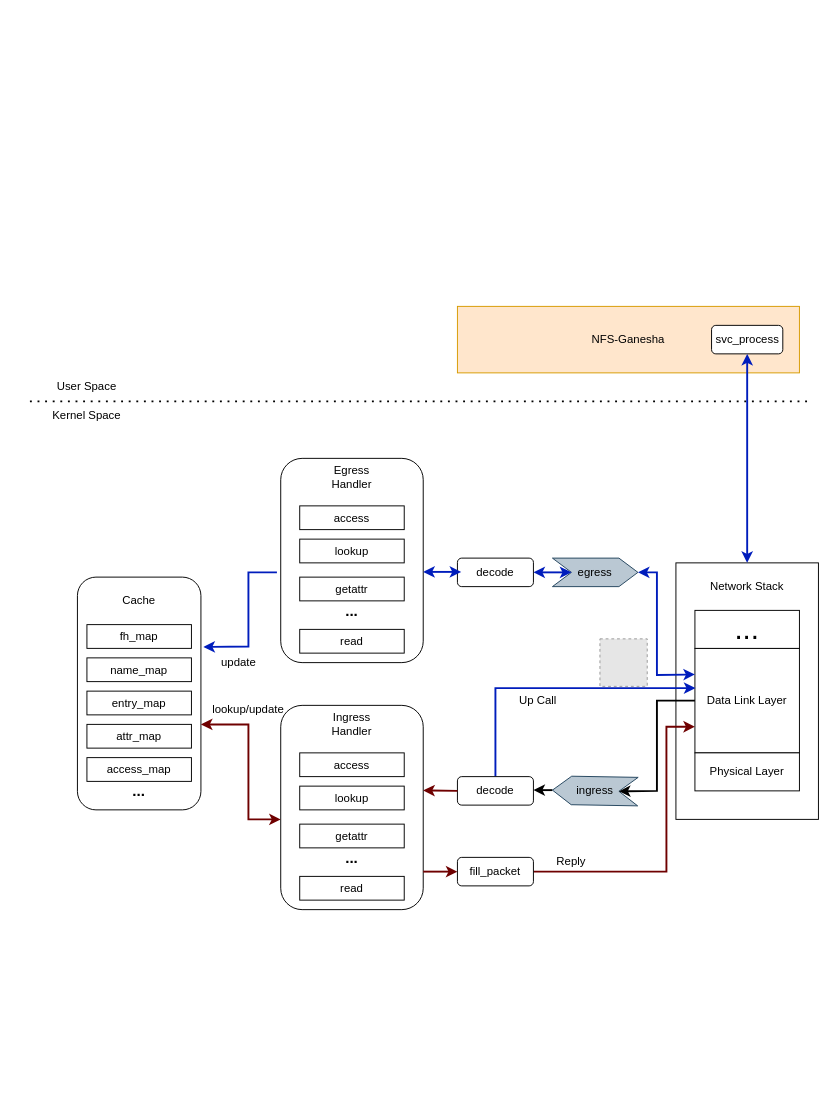
Above: 决赛项目框架.drawio in Kakoyi945/cloud (draw.io), before the change. Source tidied: cells renumbered, new cells numbered last; positions are measured from the earlier drawing's top-left corner, leaving out a move shared by most shapes. Both pictures are drawn from the tidied source at 95%, with x=0, y=0 at pixel (29, 306). Pictures stored in the file or linked from it are replaced by grey dashed boxes.
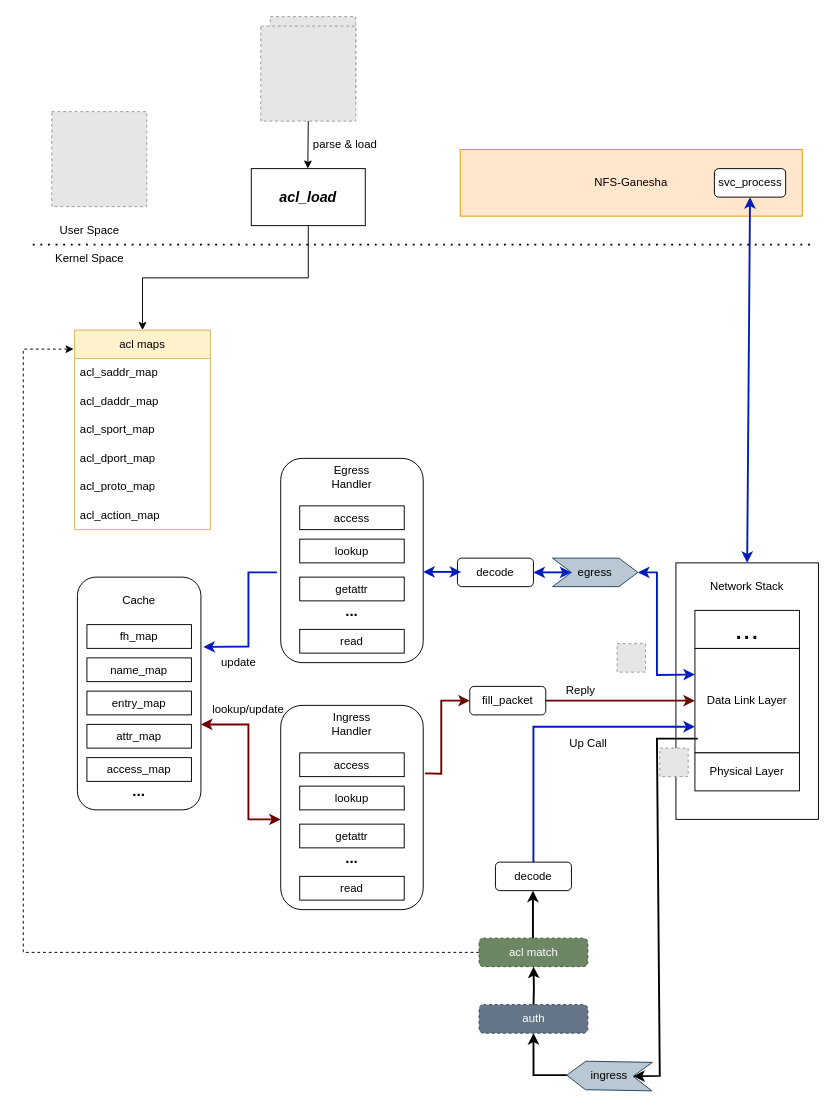
Above is the later version.

Commit message (it also covers changes not shown here):
更新决赛项目框架.drawio

Unchanged cells that the change refers to:
```xml
<mxCell id="7" value="Data Link Layer" style="rounded=0;whiteSpace=wrap;html=1;" parent="1" vertex="1">
  <mxGeometry x="700" y="360" width="110" height="110" as="geometry" />
</mxCell>
<mxCell id="18" style="rounded=1;whiteSpace=wrap;html=1;" parent="1" vertex="1">
  <mxGeometry x="264" y="420" width="150" height="215" as="geometry" />
</mxCell>
```

Diff of the diagram source:
```diff
@@
     <mxCell id="3" style="endArrow=none;dashed=1;html=1;dashPattern=1 3;strokeWidth=2;rounded=0;" parent="1" edge="1">
       <mxGeometry relative="1" as="geometry">
-        <mxPoint y="100" as="sourcePoint" />
-        <mxPoint x="820" y="100" as="targetPoint" />
+        <mxPoint x="3" y="-65" as="sourcePoint" />
+        <mxPoint x="823" y="-65" as="targetPoint" />
       </mxGeometry>
     </mxCell>
     <mxCell id="4" value="User Space" style="text;html=1;strokeColor=none;fillColor=none;align=center;verticalAlign=middle;whiteSpace=wrap;rounded=0;" parent="1" vertex="1">
-      <mxGeometry y="70" width="120" height="30" as="geometry" />
+      <mxGeometry x="3" y="-95" width="120" height="30" as="geometry" />
     </mxCell>
     <mxCell id="5" value="Kernel Space" style="text;html=1;strokeColor=none;fillColor=none;align=center;verticalAlign=middle;whiteSpace=wrap;rounded=0;" parent="1" vertex="1">
-      <mxGeometry y="100" width="120" height="30" as="geometry" />
+      <mxGeometry x="3" y="-65" width="120" height="30" as="geometry" />
     </mxCell>
     <mxCell id="6" value="NFS-Ganesha" style="rounded=0;whiteSpace=wrap;html=1;fillColor=#ffe6cc;strokeColor=#d79b00;" parent="1" vertex="1">
-      <mxGeometry x="450" width="360" height="70" as="geometry" />
+      <mxGeometry x="453" y="-165" width="360" height="70" as="geometry" />
     </mxCell>
@@
     <mxCell id="27" style="fillColor=#E6E6E6;strokeColor=#999999;dashed=1;verticalLabelPosition=bottom;labelBackgroundColor=default;verticalAlign=top;" parent="1" vertex="1">
-      <mxGeometry x="600" y="350" width="49.8" height="50" as="geometry" />
+      <mxGeometry x="618.1" y="355" width="29.9" height="30" as="geometry" />
     </mxCell>
-    <mxCell id="28" style="edgeStyle=orthogonalEdgeStyle;rounded=0;jettySize=auto;html=1;exitX=1;exitY=0.5;exitDx=0;exitDy=0;entryX=1;entryY=0.5;entryDx=0;entryDy=0;strokeWidth=2;" parent="1" edge="1" source="29" target="36">
-      <mxGeometry relative="1" as="geometry" />
-    </mxCell>
     <mxCell id="29" style="shape=step;perimeter=stepPerimeter;whiteSpace=wrap;html=1;fixedSize=1;rotation=-179;fillColor=#bac8d3;strokeColor=#23445d;" parent="1" vertex="1">
-      <mxGeometry x="550" y="495" width="90" height="30" as="geometry" />
+      <mxGeometry x="565" y="795" width="90" height="30" as="geometry" />
     </mxCell>
+    <mxCell id="57" style="edgeStyle=orthogonalEdgeStyle;rounded=0;jettySize=auto;html=1;exitX=1;exitY=0.5;exitDx=0;exitDy=0;strokeWidth=2;entryX=0.5;entryY=1;entryDx=0;entryDy=0;" parent="1" edge="1" source="29" target="78">
+      <mxGeometry relative="1" as="geometry" />
+    </mxCell>
     <mxCell id="30" value="ingress" style="text;html=1;strokeColor=none;fillColor=none;align=center;verticalAlign=middle;whiteSpace=wrap;rounded=0;" parent="1" vertex="1">
-      <mxGeometry x="565" y="495" width="60" height="30" as="geometry" />
+      <mxGeometry x="580" y="795" width="60" height="30" as="geometry" />
     </mxCell>
-    <mxCell id="31" style="endArrow=classic;html=1;rounded=0;entryX=0;entryY=0.5;entryDx=0;entryDy=0;fillColor=#e51400;strokeColor=#000000;strokeWidth=2;exitX=0;exitY=0.5;exitDx=0;exitDy=0;" parent="1" edge="1" source="7" target="29">
+    <mxCell id="31" style="endArrow=classic;html=1;rounded=0;entryX=0;entryY=0.5;entryDx=0;entryDy=0;fillColor=#e51400;strokeColor=#000000;strokeWidth=2;" parent="1" edge="1" target="29">
       <mxGeometry relative="1" as="geometry">
+        <mxPoint x="703" y="455" as="sourcePoint" />
         <Array as="points">
-          <mxPoint x="660" y="415" />
-          <mxPoint x="660" y="510" />
+          <mxPoint x="660" y="455" />
+          <mxPoint x="663" y="810" />
         </Array>
       </mxGeometry>
     </mxCell>
@@
-    <mxCell id="35" style="edgeStyle=orthogonalEdgeStyle;rounded=0;jettySize=auto;html=1;exitX=0.5;exitY=0;exitDx=0;exitDy=0;entryX=0.005;entryY=0.38;entryDx=0;entryDy=0;entryPerimeter=0;fillColor=#0050ef;strokeColor=#001DBC;strokeWidth=2;" parent="1" edge="1" source="36" target="7">
+    <mxCell id="35" style="edgeStyle=orthogonalEdgeStyle;rounded=0;jettySize=auto;html=1;exitX=0.5;exitY=0;exitDx=0;exitDy=0;entryX=0;entryY=0.75;entryDx=0;entryDy=0;strokeWidth=2;fillColor=#0050ef;strokeColor=#001DBC;" parent="1" edge="1" source="36" target="7">
       <mxGeometry relative="1" as="geometry" />
     </mxCell>
     <mxCell id="36" value="decode" style="rounded=1;whiteSpace=wrap;html=1;" parent="1" vertex="1">
-      <mxGeometry x="450" y="495" width="80" height="30" as="geometry" />
+      <mxGeometry x="490" y="585" width="80" height="30" as="geometry" />
     </mxCell>
-    <mxCell id="37" style="endArrow=classic;html=1;rounded=0;strokeWidth=2;fillColor=#a20025;strokeColor=#6F0000;" parent="1" edge="1">
-      <mxGeometry relative="1" as="geometry">
-        <mxPoint x="450" y="510" as="sourcePoint" />
-        <mxPoint x="414" y="509.5" as="targetPoint" />
-      </mxGeometry>
-    </mxCell>
-    <mxCell id="38" style="edgeStyle=orthogonalEdgeStyle;rounded=0;jettySize=auto;html=1;entryX=0;entryY=0.75;entryDx=0;entryDy=0;fillColor=#a20025;strokeColor=#6F0000;strokeWidth=2;" parent="1" edge="1" source="39" target="7">
-      <mxGeometry relative="1" as="geometry">
-        <Array as="points">
-          <mxPoint x="670" y="595" />
-          <mxPoint x="670" y="443" />
-        </Array>
-      </mxGeometry>
-    </mxCell>
     <mxCell id="39" value="fill_packet" style="rounded=1;whiteSpace=wrap;html=1;" parent="1" vertex="1">
-      <mxGeometry x="450" y="580" width="80" height="30" as="geometry" />
+      <mxGeometry x="463" y="400" width="80" height="30" as="geometry" />
     </mxCell>
-    <mxCell id="40" style="endArrow=classic;html=1;rounded=0;fillColor=#a20025;strokeColor=#6F0000;strokeWidth=2;" parent="1" edge="1">
-      <mxGeometry relative="1" as="geometry">
-        <mxPoint x="414" y="595" as="sourcePoint" />
-        <mxPoint x="450" y="595" as="targetPoint" />
-      </mxGeometry>
-    </mxCell>
     <mxCell id="41" value="Up Call" style="text;html=1;strokeColor=none;fillColor=none;align=center;verticalAlign=middle;whiteSpace=wrap;rounded=0;" parent="1" vertex="1">
-      <mxGeometry x="505" y="400" width="60" height="30" as="geometry" />
+      <mxGeometry x="558.1" y="445" width="60" height="30" as="geometry" />
     </mxCell>
-    <mxCell id="42" value="Reply" style="text;html=1;strokeColor=none;fillColor=none;align=center;verticalAlign=middle;whiteSpace=wrap;rounded=0;" parent="1" vertex="1">
-      <mxGeometry x="540" y="570" width="60" height="30" as="geometry" />
-    </mxCell>
@@
     <mxCell id="55" value="svc_process" style="rounded=1;whiteSpace=wrap;html=1;" parent="1" vertex="1">
-      <mxGeometry x="717.5" y="20" width="75" height="30" as="geometry" />
+      <mxGeometry x="720.5" y="-145" width="75" height="30" as="geometry" />
     </mxCell>
@@
+    <mxCell id="58" style="fillColor=#E6E6E6;strokeColor=#999999;dashed=1;verticalLabelPosition=bottom;labelBackgroundColor=default;verticalAlign=top;" parent="1" vertex="1">
+      <mxGeometry x="23" y="-205" width="100" height="100" as="geometry" />
+    </mxCell>
+    <mxCell id="59" style="fillColor=#E6E6E6;strokeColor=#999999;dashed=1;verticalLabelPosition=bottom;labelBackgroundColor=default;verticalAlign=top;" parent="1" vertex="1">
+      <mxGeometry x="253" y="-305" width="90" height="90" as="geometry" />
+    </mxCell>
+    <mxCell id="60" style="fillColor=#E6E6E6;strokeColor=#999999;dashed=1;verticalLabelPosition=bottom;labelBackgroundColor=default;verticalAlign=top;" parent="1" vertex="1">
+      <mxGeometry x="243" y="-295" width="100" height="100" as="geometry" />
+    </mxCell>
+    <mxCell id="61" style="edgeStyle=orthogonalEdgeStyle;rounded=0;jettySize=auto;html=1;exitX=0.5;exitY=1;exitDx=0;exitDy=0;entryX=0.5;entryY=0;entryDx=0;entryDy=0;strokeWidth=1;" parent="1" edge="1" source="62" target="65">
+      <mxGeometry relative="1" as="geometry" />
+    </mxCell>
+    <mxCell id="62" value="&lt;i&gt;&lt;font style=&quot;font-size: 15px;&quot;&gt;&lt;b&gt;acl_load&lt;/b&gt;&lt;/font&gt;&lt;/i&gt;" style="rounded=0;whiteSpace=wrap;html=1;" parent="1" vertex="1">
+      <mxGeometry x="233" y="-145" width="120" height="60" as="geometry" />
+    </mxCell>
+    <mxCell id="63" style="endArrow=classic;html=1;rounded=0;exitX=0.5;exitY=1;exitDx=0;exitDy=0;exitPerimeter=0;strokeWidth=1;" parent="1" edge="1" source="60">
+      <mxGeometry relative="1" as="geometry">
+        <mxPoint x="292.5" y="-145" as="targetPoint" />
+      </mxGeometry>
+    </mxCell>
+    <mxCell id="64" value="parse &amp;amp; load" style="text;html=1;strokeColor=none;fillColor=none;align=center;verticalAlign=middle;whiteSpace=wrap;rounded=0;" parent="1" vertex="1">
+      <mxGeometry x="287" y="-185" width="90" height="30" as="geometry" />
+    </mxCell>
+    <mxCell id="65" value="acl maps" style="swimlane;fontStyle=0;horizontal=1;startSize=30;whiteSpace=wrap;html=1;fillColor=#fff2cc;strokeColor=#d6b656;" parent="1" vertex="1">
+      <mxGeometry x="47" y="25" width="143" height="210" as="geometry" />
+    </mxCell>
+    <mxCell id="66" value="acl_saddr_map" style="text;strokeColor=none;fillColor=none;align=left;verticalAlign=middle;spacingLeft=4;spacingRight=4;overflow=hidden;whiteSpace=wrap;html=1;" parent="65" vertex="1">
+      <mxGeometry y="30" width="143" height="30" as="geometry" />
+    </mxCell>
+    <mxCell id="67" value="acl_daddr_map" style="text;strokeColor=none;fillColor=none;align=left;verticalAlign=middle;spacingLeft=4;spacingRight=4;overflow=hidden;whiteSpace=wrap;html=1;" parent="65" vertex="1">
+      <mxGeometry y="60" width="143" height="30" as="geometry" />
+    </mxCell>
+    <mxCell id="68" value="acl_sport_map" style="text;strokeColor=none;fillColor=none;align=left;verticalAlign=middle;spacingLeft=4;spacingRight=4;overflow=hidden;whiteSpace=wrap;html=1;" parent="65" vertex="1">
+      <mxGeometry y="90" width="143" height="30" as="geometry" />
+    </mxCell>
+    <mxCell id="69" value="acl_dport_map" style="text;strokeColor=none;fillColor=none;align=left;verticalAlign=middle;spacingLeft=4;spacingRight=4;overflow=hidden;whiteSpace=wrap;html=1;" parent="65" vertex="1">
+      <mxGeometry y="120" width="143" height="30" as="geometry" />
+    </mxCell>
+    <mxCell id="70" value="acl_proto_map" style="text;strokeColor=none;fillColor=none;align=left;verticalAlign=middle;spacingLeft=4;spacingRight=4;overflow=hidden;whiteSpace=wrap;html=1;" parent="65" vertex="1">
+      <mxGeometry y="150" width="143" height="30" as="geometry" />
+    </mxCell>
+    <mxCell id="71" value="acl_action_map" style="text;strokeColor=none;fillColor=none;align=left;verticalAlign=middle;spacingLeft=4;spacingRight=4;overflow=hidden;whiteSpace=wrap;html=1;" parent="65" vertex="1">
+      <mxGeometry y="180" width="143" height="30" as="geometry" />
+    </mxCell>
+    <mxCell id="72" style="endArrow=classic;html=1;rounded=0;entryX=0;entryY=0.5;entryDx=0;entryDy=0;exitX=1.013;exitY=0.333;exitDx=0;exitDy=0;exitPerimeter=0;fillColor=#a20025;strokeColor=#6F0000;strokeWidth=2;" parent="1" edge="1" source="18" target="39">
+      <mxGeometry relative="1" as="geometry">
+        <Array as="points">
+          <mxPoint x="433" y="492" />
+          <mxPoint x="433" y="415" />
+        </Array>
+      </mxGeometry>
+    </mxCell>
+    <mxCell id="38" style="endArrow=classic;html=1;rounded=0;entryX=0;entryY=0.5;entryDx=0;entryDy=0;exitX=1;exitY=0.5;exitDx=0;exitDy=0;fillColor=#a20025;strokeColor=#6F0000;strokeWidth=2;" parent="1" edge="1" source="39" target="7">
+      <mxGeometry relative="1" as="geometry" />
+    </mxCell>
+    <mxCell id="73" style="fillColor=#E6E6E6;strokeColor=#999999;dashed=1;verticalLabelPosition=bottom;labelBackgroundColor=default;verticalAlign=top;" parent="1" vertex="1">
+      <mxGeometry x="663" y="465" width="29.9" height="30" as="geometry" />
+    </mxCell>
+    <mxCell id="42" value="Reply" style="text;html=1;strokeColor=none;fillColor=none;align=center;verticalAlign=middle;whiteSpace=wrap;rounded=0;" parent="1" vertex="1">
+      <mxGeometry x="550" y="390" width="60" height="30" as="geometry" />
+    </mxCell>
+    <mxCell id="74" style="edgeStyle=orthogonalEdgeStyle;rounded=0;jettySize=auto;html=1;exitX=0.5;exitY=0;exitDx=0;exitDy=0;entryX=0.5;entryY=1;entryDx=0;entryDy=0;strokeWidth=2;" parent="1" edge="1" target="76">
+      <mxGeometry relative="1" as="geometry">
+        <mxPoint x="530" y="739" as="sourcePoint" />
+      </mxGeometry>
+    </mxCell>
+    <mxCell id="75" style="edgeStyle=orthogonalEdgeStyle;rounded=0;jettySize=auto;html=1;exitX=0;exitY=0.5;exitDx=0;exitDy=0;dashed=1;" parent="1" edge="1" source="76">
+      <mxGeometry relative="1" as="geometry">
+        <mxPoint x="46" y="45" as="targetPoint" />
+        <Array as="points">
+          <mxPoint x="-7" y="680" />
+          <mxPoint x="-7" y="45" />
+          <mxPoint x="46" y="45" />
+        </Array>
+      </mxGeometry>
+    </mxCell>
+    <mxCell id="76" value="acl match" style="rounded=1;whiteSpace=wrap;html=1;dashed=1;fillColor=#6d8764;fontColor=#ffffff;strokeColor=#3A5431;" parent="1" vertex="1">
+      <mxGeometry x="472.8" y="665" width="114.5" height="30" as="geometry" />
+    </mxCell>
+    <mxCell id="77" style="endArrow=classic;html=1;rounded=0;strokeWidth=2;" parent="1" edge="1">
+      <mxGeometry relative="1" as="geometry">
+        <mxPoint x="529.5" y="665" as="sourcePoint" />
+        <mxPoint x="529.5" y="615" as="targetPoint" />
+      </mxGeometry>
+    </mxCell>
+    <mxCell id="78" value="auth" style="rounded=1;whiteSpace=wrap;html=1;dashed=1;fillColor=#647687;fontColor=#ffffff;strokeColor=#314354;" parent="1" vertex="1">
+      <mxGeometry x="472.8" y="735" width="114.5" height="30" as="geometry" />
+    </mxCell>
```
